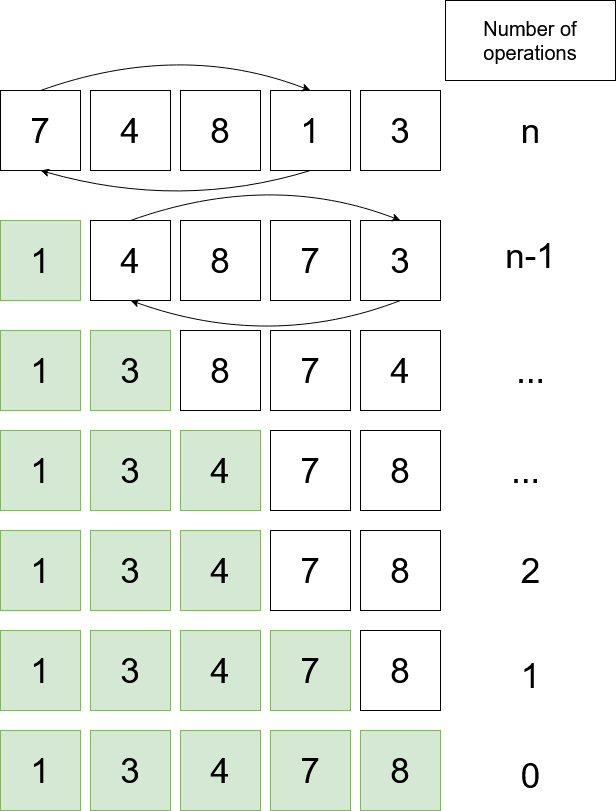
Earlier version of the draw.io export _images/SelectionSort.png (primer-computational-mathematics/book). Source tidied: cells renumbered, new cells last; positions are measured from the earlier drawing's top-left corner, leaving out a move shared by most shapes.
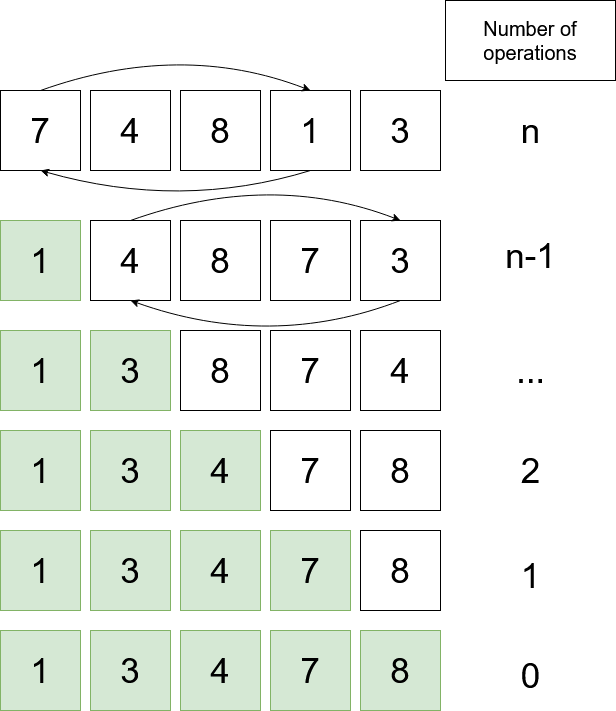
The same file after the commit.

Diff of the diagram source:
```diff
@@ -47,35 +47,20 @@
     <mxCell id="16" value="&lt;font style=&quot;font-size: 35px&quot;&gt;3&lt;/font&gt;" style="whiteSpace=wrap;html=1;fillColor=#d5e8d4;strokeColor=#82b366;" parent="1" vertex="1">
       <mxGeometry x="90" y="330" width="80" height="80" as="geometry" />
     </mxCell>
-    <mxCell id="17" value="&lt;font style=&quot;font-size: 35px&quot;&gt;7&lt;/font&gt;" style="whiteSpace=wrap;html=1;" parent="1" vertex="1">
-      <mxGeometry x="270" y="430" width="80" height="80" as="geometry" />
-    </mxCell>
-    <mxCell id="18" value="&lt;font style=&quot;font-size: 35px&quot;&gt;4&lt;/font&gt;" style="whiteSpace=wrap;html=1;fillColor=#d5e8d4;strokeColor=#82b366;" parent="1" vertex="1">
-      <mxGeometry x="180" y="430" width="80" height="80" as="geometry" />
-    </mxCell>
-    <mxCell id="19" value="&lt;font style=&quot;font-size: 35px&quot;&gt;8&lt;/font&gt;" style="whiteSpace=wrap;html=1;" parent="1" vertex="1">
-      <mxGeometry x="360" y="430" width="80" height="80" as="geometry" />
-    </mxCell>
-    <mxCell id="20" value="&lt;font style=&quot;font-size: 35px&quot;&gt;1&lt;/font&gt;" style="whiteSpace=wrap;html=1;fillColor=#d5e8d4;strokeColor=#82b366;" parent="1" vertex="1">
-      <mxGeometry y="430" width="80" height="80" as="geometry" />
-    </mxCell>
-    <mxCell id="21" value="&lt;font style=&quot;font-size: 35px&quot;&gt;3&lt;/font&gt;" style="whiteSpace=wrap;html=1;fillColor=#d5e8d4;strokeColor=#82b366;" parent="1" vertex="1">
-      <mxGeometry x="90" y="430" width="80" height="80" as="geometry" />
-    </mxCell>
     <mxCell id="22" value="&lt;font style=&quot;font-size: 35px&quot;&gt;7&lt;/font&gt;" style="whiteSpace=wrap;html=1;" parent="1" vertex="1">
-      <mxGeometry x="270" y="530" width="80" height="80" as="geometry" />
+      <mxGeometry x="270" y="430" width="80" height="80" as="geometry" />
     </mxCell>
     <mxCell id="23" value="&lt;font style=&quot;font-size: 35px&quot;&gt;4&lt;/font&gt;" style="whiteSpace=wrap;html=1;fillColor=#d5e8d4;strokeColor=#82b366;" parent="1" vertex="1">
-      <mxGeometry x="180" y="530" width="80" height="80" as="geometry" />
+      <mxGeometry x="180" y="430" width="80" height="80" as="geometry" />
     </mxCell>
     <mxCell id="24" value="&lt;font style=&quot;font-size: 35px&quot;&gt;8&lt;/font&gt;" style="whiteSpace=wrap;html=1;" parent="1" vertex="1">
-      <mxGeometry x="360" y="530" width="80" height="80" as="geometry" />
+      <mxGeometry x="360" y="430" width="80" height="80" as="geometry" />
     </mxCell>
     <mxCell id="25" value="&lt;font style=&quot;font-size: 35px&quot;&gt;1&lt;/font&gt;" style="whiteSpace=wrap;html=1;fillColor=#d5e8d4;strokeColor=#82b366;" parent="1" vertex="1">
-      <mxGeometry y="530" width="80" height="80" as="geometry" />
+      <mxGeometry y="430" width="80" height="80" as="geometry" />
     </mxCell>
     <mxCell id="26" value="&lt;font style=&quot;font-size: 35px&quot;&gt;3&lt;/font&gt;" style="whiteSpace=wrap;html=1;fillColor=#d5e8d4;strokeColor=#82b366;" parent="1" vertex="1">
-      <mxGeometry x="90" y="530" width="80" height="80" as="geometry" />
+      <mxGeometry x="90" y="430" width="80" height="80" as="geometry" />
     </mxCell>
     <mxCell id="27" style="curved=1;endArrow=classic;html=1;entryX=0.5;entryY=0;entryDx=0;entryDy=0;exitX=0.5;exitY=0;exitDx=0;exitDy=0;" parent="1" edge="1" source="8" target="11">
       <mxGeometry relative="1" as="geometry">
@@ -110,34 +95,34 @@
       </mxGeometry>
     </mxCell>
     <mxCell id="31" value="&lt;font style=&quot;font-size: 35px&quot;&gt;7&lt;/font&gt;" style="whiteSpace=wrap;html=1;fillColor=#d5e8d4;strokeColor=#82b366;" parent="1" vertex="1">
-      <mxGeometry x="270" y="630" width="80" height="80" as="geometry" />
+      <mxGeometry x="270" y="530" width="80" height="80" as="geometry" />
     </mxCell>
     <mxCell id="32" value="&lt;font style=&quot;font-size: 35px&quot;&gt;4&lt;/font&gt;" style="whiteSpace=wrap;html=1;fillColor=#d5e8d4;strokeColor=#82b366;" parent="1" vertex="1">
-      <mxGeometry x="180" y="630" width="80" height="80" as="geometry" />
+      <mxGeometry x="180" y="530" width="80" height="80" as="geometry" />
     </mxCell>
     <mxCell id="33" value="&lt;font style=&quot;font-size: 35px&quot;&gt;8&lt;/font&gt;" style="whiteSpace=wrap;html=1;" parent="1" vertex="1">
-      <mxGeometry x="360" y="630" width="80" height="80" as="geometry" />
+      <mxGeometry x="360" y="530" width="80" height="80" as="geometry" />
     </mxCell>
     <mxCell id="34" value="&lt;font style=&quot;font-size: 35px&quot;&gt;1&lt;/font&gt;" style="whiteSpace=wrap;html=1;fillColor=#d5e8d4;strokeColor=#82b366;" parent="1" vertex="1">
-      <mxGeometry y="630" width="80" height="80" as="geometry" />
+      <mxGeometry y="530" width="80" height="80" as="geometry" />
     </mxCell>
     <mxCell id="35" value="&lt;font style=&quot;font-size: 35px&quot;&gt;3&lt;/font&gt;" style="whiteSpace=wrap;html=1;fillColor=#d5e8d4;strokeColor=#82b366;" parent="1" vertex="1">
-      <mxGeometry x="90" y="630" width="80" height="80" as="geometry" />
+      <mxGeometry x="90" y="530" width="80" height="80" as="geometry" />
     </mxCell>
     <mxCell id="36" value="&lt;font style=&quot;font-size: 35px&quot;&gt;7&lt;/font&gt;" style="whiteSpace=wrap;html=1;fillColor=#d5e8d4;strokeColor=#82b366;" parent="1" vertex="1">
-      <mxGeometry x="270" y="730" width="80" height="80" as="geometry" />
+      <mxGeometry x="270" y="630" width="80" height="80" as="geometry" />
     </mxCell>
     <mxCell id="37" value="&lt;font style=&quot;font-size: 35px&quot;&gt;4&lt;/font&gt;" style="whiteSpace=wrap;html=1;fillColor=#d5e8d4;strokeColor=#82b366;" parent="1" vertex="1">
-      <mxGeometry x="180" y="730" width="80" height="80" as="geometry" />
+      <mxGeometry x="180" y="630" width="80" height="80" as="geometry" />
     </mxCell>
     <mxCell id="38" value="&lt;font style=&quot;font-size: 35px&quot;&gt;8&lt;/font&gt;" style="whiteSpace=wrap;html=1;fillColor=#d5e8d4;strokeColor=#82b366;" parent="1" vertex="1">
-      <mxGeometry x="360" y="730" width="80" height="80" as="geometry" />
+      <mxGeometry x="360" y="630" width="80" height="80" as="geometry" />
     </mxCell>
     <mxCell id="39" value="&lt;font style=&quot;font-size: 35px&quot;&gt;1&lt;/font&gt;" style="whiteSpace=wrap;html=1;fillColor=#d5e8d4;strokeColor=#82b366;" parent="1" vertex="1">
-      <mxGeometry y="730" width="80" height="80" as="geometry" />
+      <mxGeometry y="630" width="80" height="80" as="geometry" />
     </mxCell>
     <mxCell id="40" value="&lt;font style=&quot;font-size: 35px&quot;&gt;3&lt;/font&gt;" style="whiteSpace=wrap;html=1;fillColor=#d5e8d4;strokeColor=#82b366;" parent="1" vertex="1">
-      <mxGeometry x="90" y="730" width="80" height="80" as="geometry" />
+      <mxGeometry x="90" y="630" width="80" height="80" as="geometry" />
     </mxCell>
     <mxCell id="41" value="&lt;font style=&quot;font-size: 20px&quot;&gt;Number of operations&lt;/font&gt;" style="whiteSpace=wrap;html=1;" parent="1" vertex="1">
       <mxGeometry x="445" width="170" height="80" as="geometry" />
@@ -151,17 +136,14 @@
     <mxCell id="44" value="&lt;font style=&quot;font-size: 35px&quot;&gt;...&lt;/font&gt;" style="text;html=1;align=center;verticalAlign=middle;" parent="1" vertex="1">
       <mxGeometry x="510" y="355" width="40" height="30" as="geometry" />
     </mxCell>
-    <mxCell id="45" value="&lt;font style=&quot;font-size: 35px&quot;&gt;...&lt;/font&gt;" style="text;html=1;align=center;verticalAlign=middle;" parent="1" vertex="1">
-      <mxGeometry x="505" y="455" width="40" height="30" as="geometry" />
-    </mxCell>
     <mxCell id="46" value="&lt;font style=&quot;font-size: 35px&quot;&gt;1&lt;/font&gt;" style="text;html=1;align=center;verticalAlign=middle;" parent="1" vertex="1">
-      <mxGeometry x="515" y="660" width="30" height="30" as="geometry" />
+      <mxGeometry x="515" y="560" width="30" height="30" as="geometry" />
     </mxCell>
     <mxCell id="47" value="&lt;font style=&quot;font-size: 35px&quot;&gt;2&lt;/font&gt;" style="text;html=1;align=center;verticalAlign=middle;" parent="1" vertex="1">
-      <mxGeometry x="515" y="555" width="30" height="30" as="geometry" />
+      <mxGeometry x="515" y="455" width="30" height="30" as="geometry" />
     </mxCell>
     <mxCell id="48" value="&lt;font style=&quot;font-size: 35px&quot;&gt;0&lt;/font&gt;" style="text;html=1;align=center;verticalAlign=middle;" parent="1" vertex="1">
-      <mxGeometry x="515" y="760" width="30" height="30" as="geometry" />
+      <mxGeometry x="515" y="660" width="30" height="30" as="geometry" />
     </mxCell>
   </root>
 </mxGraphModel>
```
